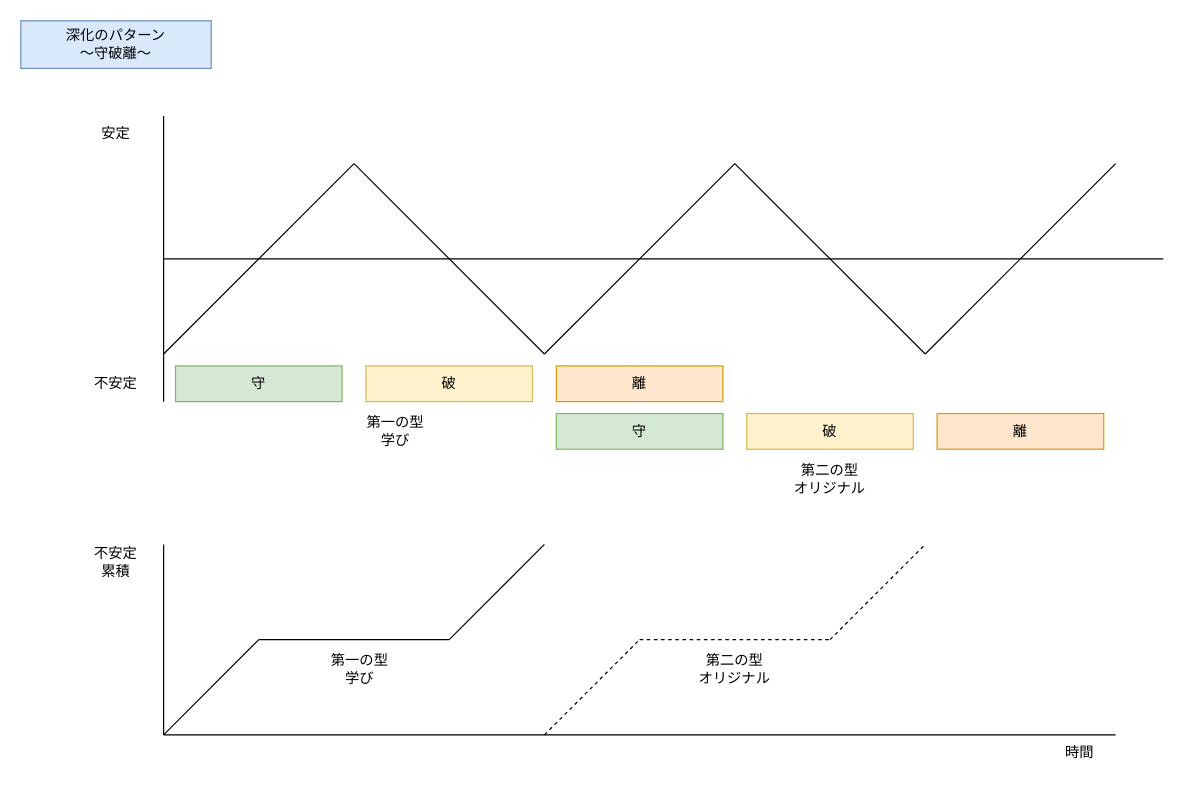
Earlier version of the draw.io diagram qiita_shinka3.drawio (YossyIto/booklog_drowio). Source tidied: cells renumbered, new cells numbered last; positions are measured from the earlier drawing's top-left corner, leaving out a move shared by most shapes. Both pictures are drawn from the tidied source at 119%, with x=0, y=0 at pixel (20, 20).
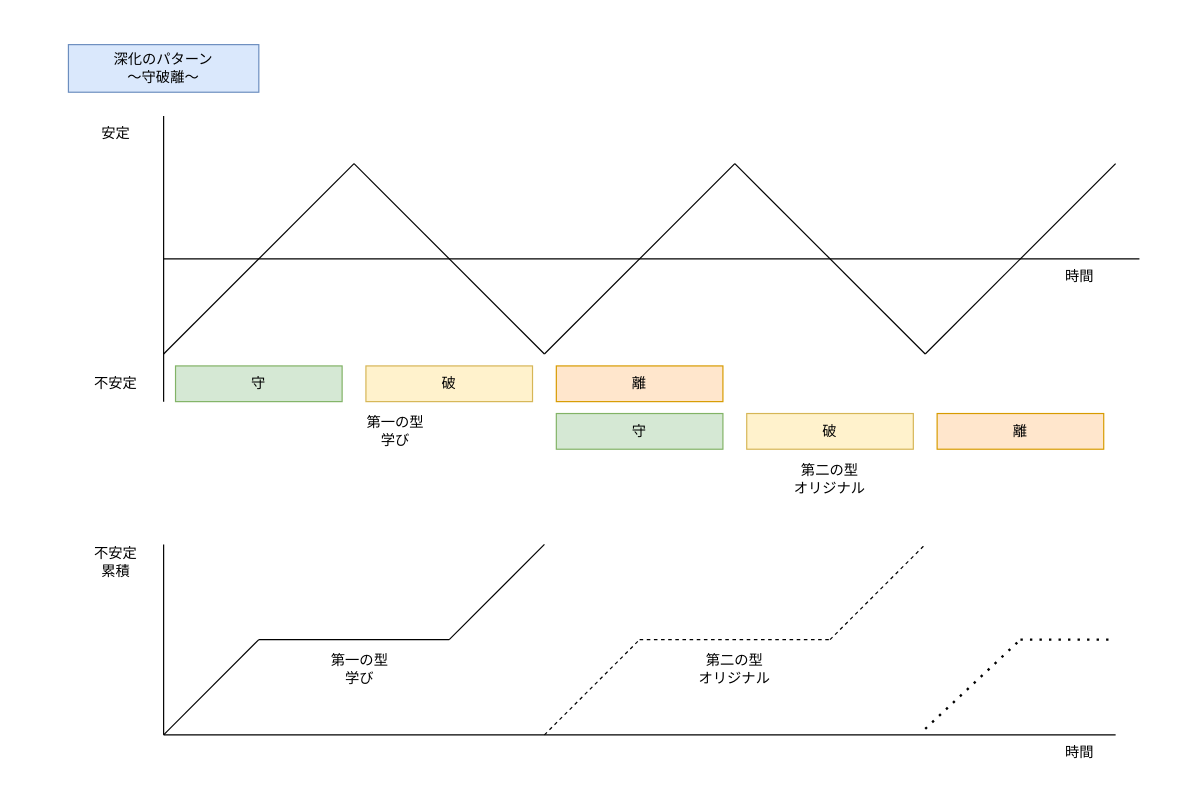
The same diagram, later.

Commit message (it also covers changes not shown here):
qiita_shinka3.drawio を更新します

What changed in the source:
```diff
@@
     <mxCell id="2" value="深化のパターン&lt;div&gt;～守破離～&lt;/div&gt;" style="text;html=1;align=center;verticalAlign=middle;whiteSpace=wrap;rounded=0;fillColor=#dae8fc;strokeColor=#6c8ebf;" parent="1" vertex="1">
-      <mxGeometry width="160" height="40" as="geometry" />
+      <mxGeometry x="40" y="20" width="160" height="40" as="geometry" />
     </mxCell>
@@
     <mxCell id="4" style="endArrow=none;html=1;rounded=0;" parent="1" edge="1">
       <mxGeometry relative="1" as="geometry">
         <mxPoint x="120" y="200" as="sourcePoint" />
-        <mxPoint x="960" y="200" as="targetPoint" />
+        <mxPoint x="940" y="200" as="targetPoint" />
       </mxGeometry>
     </mxCell>
@@
+    <mxCell id="32" style="endArrow=none;dashed=1;html=1;dashPattern=1 3;strokeWidth=2;rounded=0;" parent="1" edge="1">
+      <mxGeometry relative="1" as="geometry">
+        <mxPoint x="760" y="595" as="sourcePoint" />
+        <mxPoint x="840" y="520" as="targetPoint" />
+      </mxGeometry>
+    </mxCell>
+    <mxCell id="33" style="endArrow=none;dashed=1;html=1;dashPattern=1 3;strokeWidth=2;rounded=0;" parent="1" edge="1">
+      <mxGeometry relative="1" as="geometry">
+        <mxPoint x="840" y="520" as="sourcePoint" />
+        <mxPoint x="920" y="520" as="targetPoint" />
+      </mxGeometry>
+    </mxCell>
+    <mxCell id="34" value="時間" style="text;html=1;align=center;verticalAlign=middle;whiteSpace=wrap;rounded=0;" parent="1" vertex="1">
+      <mxGeometry x="860" y="200" width="60" height="30" as="geometry" />
+    </mxCell>
```
